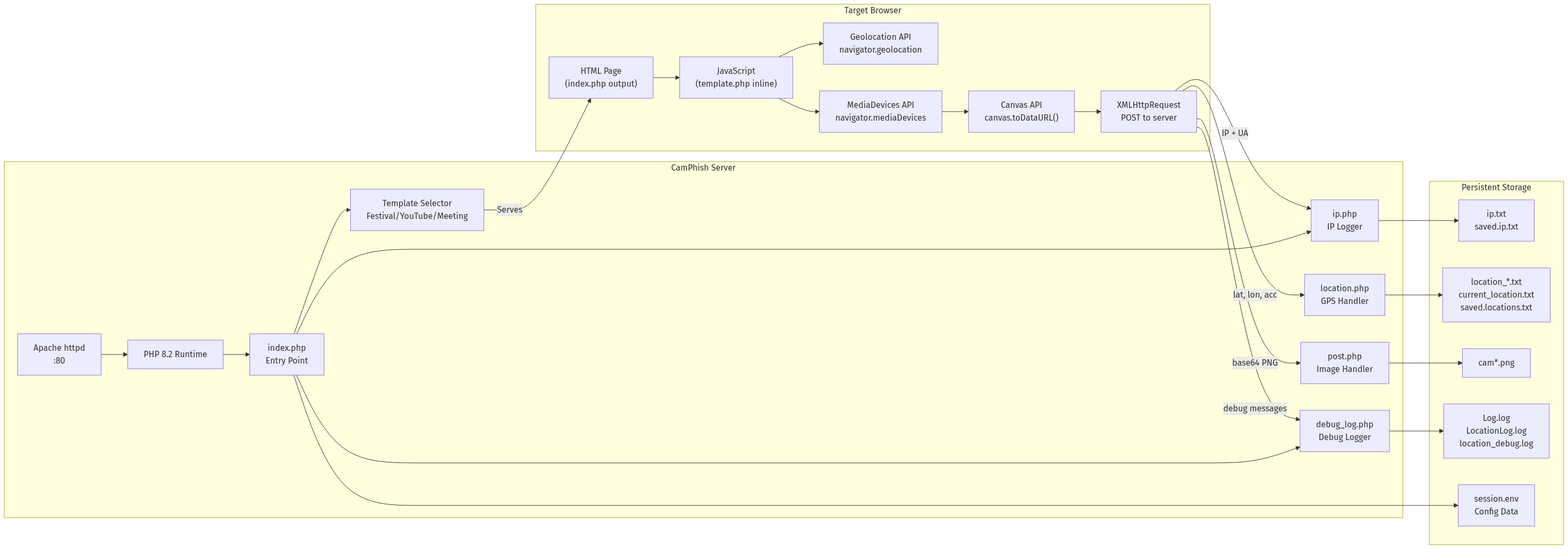
The Mermaid diagram docs/diagrams/data-flow-dfd.png in yashodhank/CamPhish, before a commit. Its source is kept beside it as docs/diagrams/data-flow-dfd.mmd.
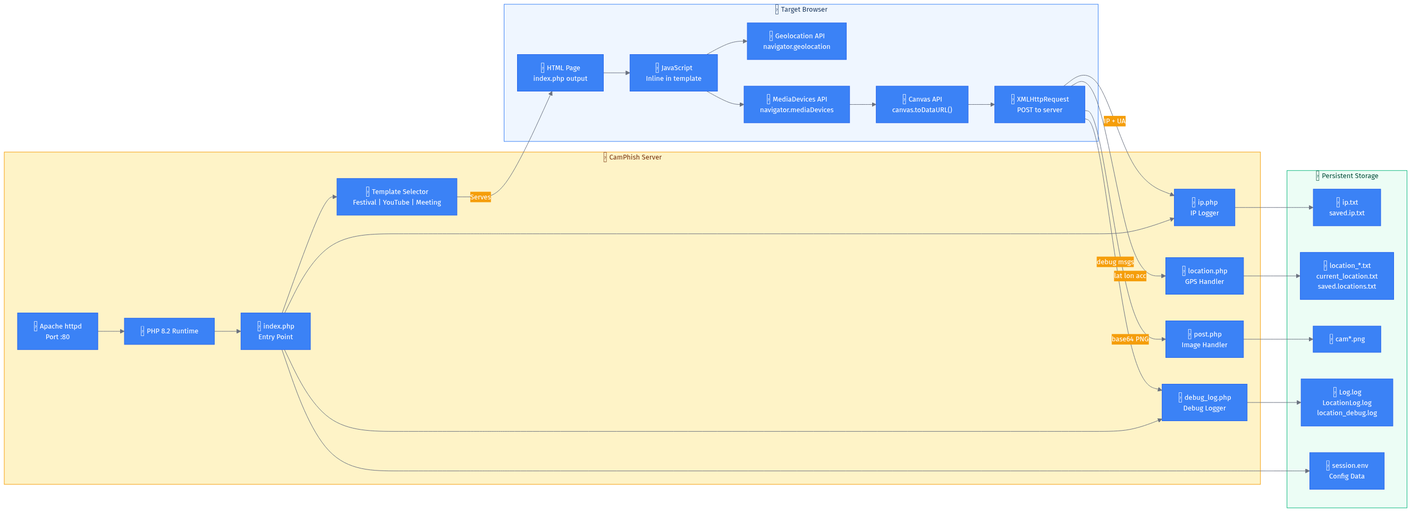
After the change.

The edit, as a diff of the source:
```diff
@@ -1,33 +1,34 @@
+%%{init: {'theme': 'base', 'themeVariables': {'primaryColor': '#3b82f6','primaryTextColor': '#ffffff','primaryBorderColor': '#2563eb','lineColor': '#6b7280','secondaryColor': '#f59e0b','tertiaryColor': '#10b981','fontSize': '13px'}}}%%
 flowchart LR
-  subgraph "Target Browser"
+  subgraph BROWSER["🌐 Target Browser"]
     direction TB
-    HTML["HTML Page\n(index.php output)"]
-    JS["JavaScript\n(template.php inline)"]
-    GEOLOCATION["Geolocation API\nnavigator.geolocation"]
-    MEDIA["MediaDevices API\nnavigator.mediaDevices"]
-    CANVAS["Canvas API\ncanvas.toDataURL()"]
-    XHR["XMLHttpRequest\nPOST to server"]
+    HTML["📄 HTML Page\nindex.php output"]
+    JS["⚡ JavaScript\nInline in template"]
+    GEOLOCATION["📍 Geolocation API\nnavigator.geolocation"]
+    MEDIA["📷 MediaDevices API\nnavigator.mediaDevices"]
+    CANVAS["🎨 Canvas API\ncanvas.toDataURL()"]
+    XHR["📡 XMLHttpRequest\nPOST to server"]
   end
 
-  subgraph "CamPhish Server"
+  subgraph SERVER["🖥 CamPhish Server"]
     direction TB
-    APACHE["Apache httpd\n:80"]
-    PHP["PHP 8.2 Runtime"]
-    INDEX["index.php\nEntry Point"]
-    IP_PHP["ip.php\nIP Logger"]
-    LOCATION_PHP["location.php\nGPS Handler"]
-    POST_PHP["post.php\nImage Handler"]
-    DEBUG_PHP["debug_log.php\nDebug Logger"]
-    TEMPLATE["Template Selector\nFestival/YouTube/Meeting"]
+    APACHE["🔀 Apache httpd\nPort :80"]
+    PHP["🐘 PHP 8.2 Runtime"]
+    INDEX["📄 index.php\nEntry Point"]
+    IP_PHP["📋 ip.php\nIP Logger"]
+    LOCATION_PHP["📍 location.php\nGPS Handler"]
+    POST_PHP["🖼 post.php\nImage Handler"]
+    DEBUG_PHP["📝 debug_log.php\nDebug Logger"]
+    TEMPLATE["🎭 Template Selector\nFestival | YouTube | Meeting"]
   end
 
-  subgraph "Persistent Storage"
+  subgraph STORAGE["💾 Persistent Storage"]
     direction TB
-    IP_FILE["ip.txt\nsaved.ip.txt"]
-    LOC_FILES["location_*.txt\ncurrent_location.txt\nsaved.locations.txt"]
-    CAM_FILES["cam*.png"]
-    LOG_FILES["Log.log\nLocationLog.log\nlocation_debug.log"]
-    CONFIG_FILE["session.env\nConfig Data"]
+    IP_FILE["📋 ip.txt\nsaved.ip.txt"]
+    LOC_FILES["📍 location_*.txt\ncurrent_location.txt\nsaved.locations.txt"]
+    CAM_FILES["📷 cam*.png"]
+    LOG_FILES["📝 Log.log\nLocationLog.log\nlocation_debug.log"]
+    CONFIG_FILE["⚙ session.env\nConfig Data"]
   end
 
   HTML --> JS
@@ -43,9 +44,9 @@
   INDEX --> DEBUG_PHP
 
   XHR -->|"IP + UA"| IP_PHP
-  XHR -->|"lat, lon, acc"| LOCATION_PHP
+  XHR -->|"lat lon acc"| LOCATION_PHP
   XHR -->|"base64 PNG"| POST_PHP
-  XHR -->|"debug messages"| DEBUG_PHP
+  XHR -->|"debug msgs"| DEBUG_PHP
 
   IP_PHP --> IP_FILE
   LOCATION_PHP --> LOC_FILES
@@ -54,3 +55,7 @@
   INDEX --> CONFIG_FILE
 
   TEMPLATE -->|"Serves"| HTML
+
+  style BROWSER fill:#eff6ff,stroke:#3b82f6,color:#1e3a5f
+  style SERVER fill:#fef3c7,stroke:#f59e0b,color:#78350f
+  style STORAGE fill:#ecfdf5,stroke:#10b981,color:#064e3b
```
